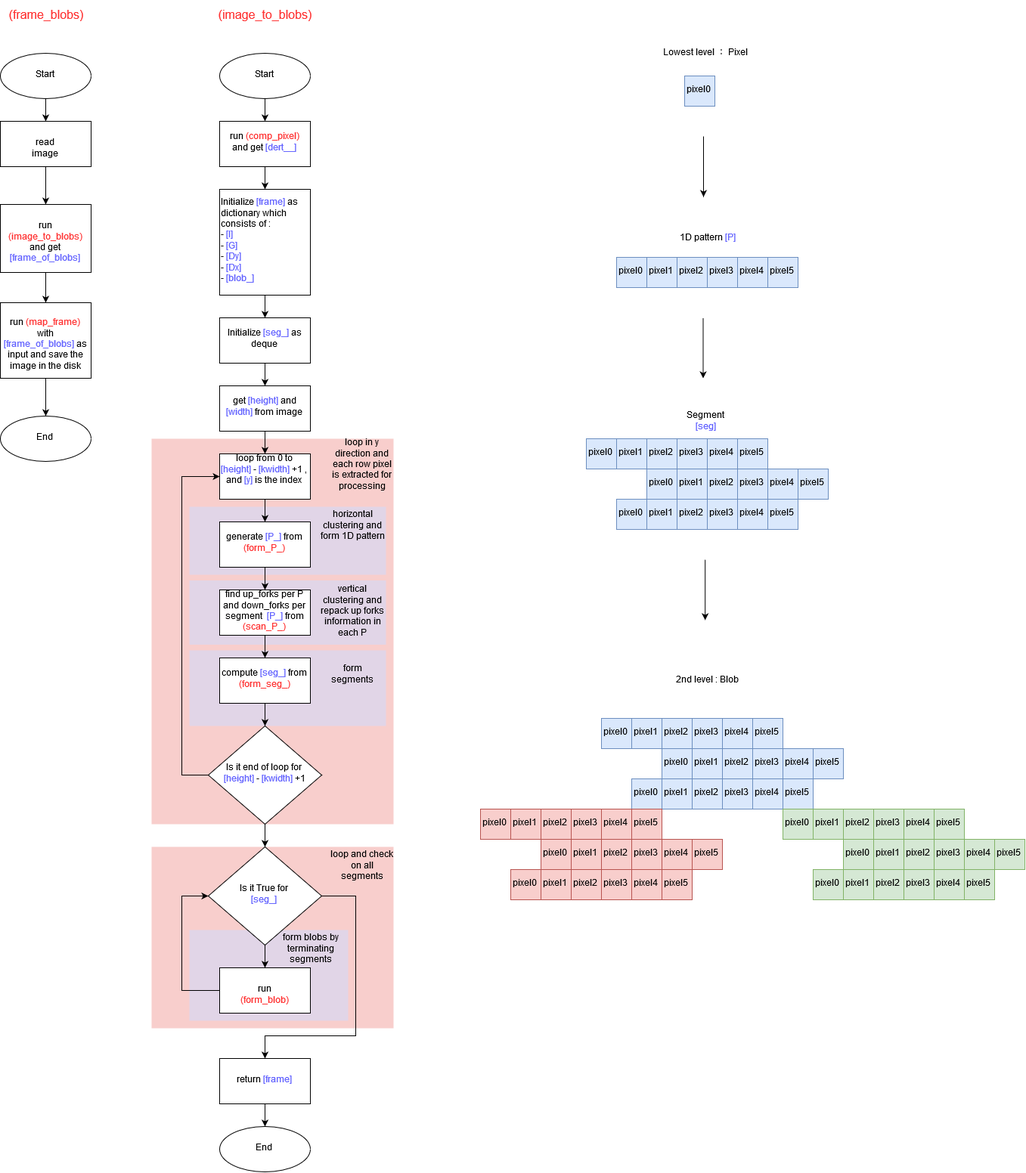
boris-kz/CogAlg keeps this draw.io diagram as frame_2D_alg/frame_blob_basic.png. Above is the earlier version. Source tidied: cells renumbered, new cells last; positions are measured from the earlier drawing's top-left corner, leaving out a move shared by most shapes.
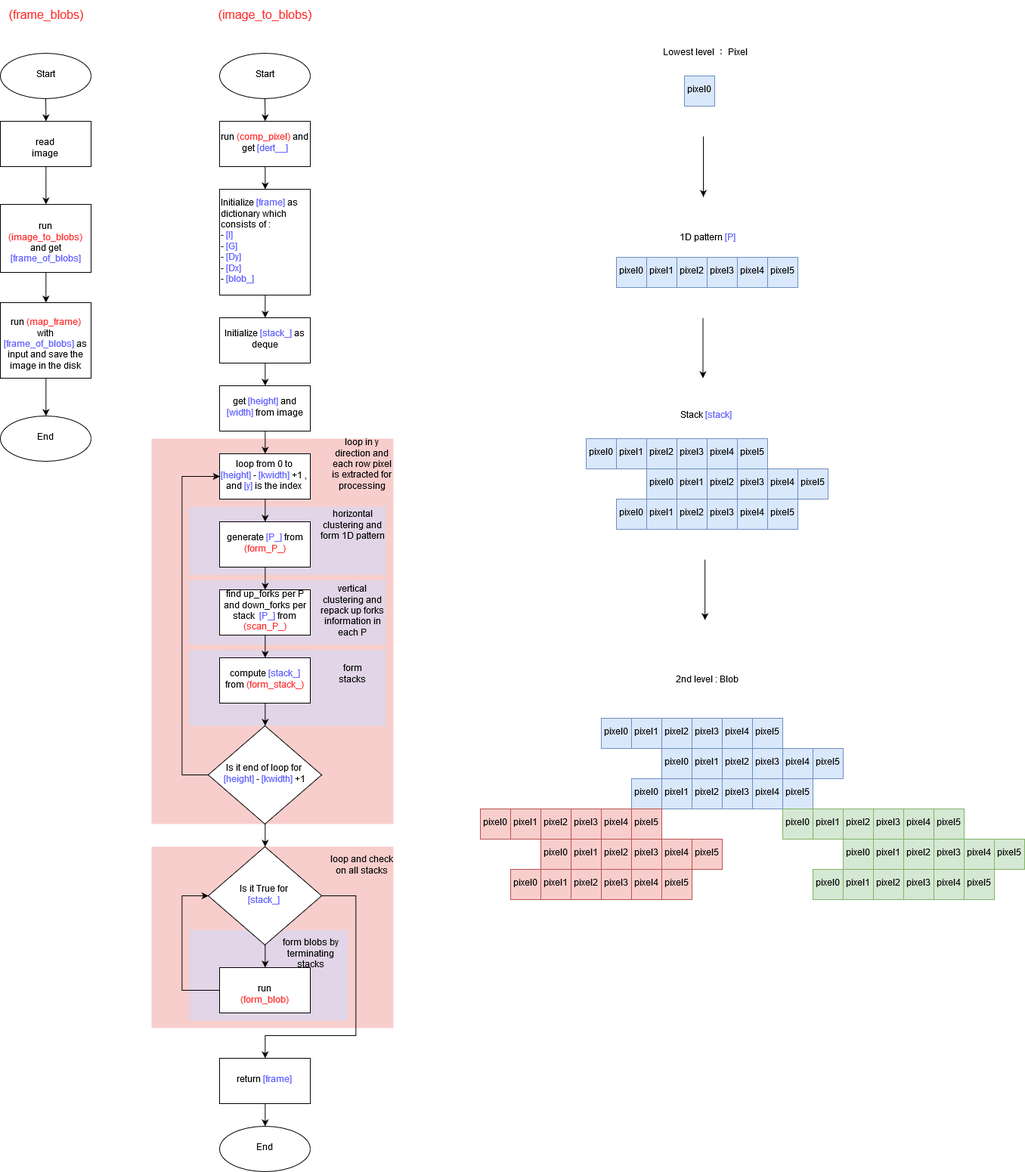
Later version of the same file.

Change to the diagram source:
```diff
@@ -74,7 +74,7 @@
     <mxCell id="25" style="edgeStyle=orthogonalEdgeStyle;rounded=0;jettySize=auto;html=1;entryX=0.5;entryY=0;entryDx=0;entryDy=0;" parent="1" edge="1" source="26" target="28">
       <mxGeometry relative="1" as="geometry" />
     </mxCell>
-    <mxCell id="26" value="Initialize &lt;font color=&quot;#6666FF&quot;&gt;[seg_]&lt;/font&gt; as deque" style="rounded=0;whiteSpace=wrap;html=1;" parent="1" vertex="1">
+    <mxCell id="26" value="Initialize &lt;font color=&quot;#6666FF&quot;&gt;[stack_]&lt;/font&gt; as deque" style="rounded=0;whiteSpace=wrap;html=1;" parent="1" vertex="1">
       <mxGeometry x="290" y="420" width="120" height="60" as="geometry" />
     </mxCell>
     <mxCell id="27" style="edgeStyle=orthogonalEdgeStyle;rounded=0;jettySize=auto;html=1;entryX=0.5;entryY=0;entryDx=0;entryDy=0;" parent="1" edge="1" source="28" target="30">
@@ -98,13 +98,13 @@
     <mxCell id="33" style="edgeStyle=orthogonalEdgeStyle;rounded=0;jettySize=auto;html=1;entryX=0.5;entryY=0;entryDx=0;entryDy=0;" parent="1" edge="1" source="34" target="36">
       <mxGeometry relative="1" as="geometry" />
     </mxCell>
-    <mxCell id="34" value="find up_forks per P and down_forks per segment&amp;nbsp; &lt;font color=&quot;#6666FF&quot;&gt;[P_]&lt;/font&gt; from &lt;font color=&quot;#FF3333&quot;&gt;(scan_P_)&lt;/font&gt;" style="rounded=0;whiteSpace=wrap;html=1;" parent="1" vertex="1">
+    <mxCell id="34" value="find up_forks per P and down_forks per stack&amp;nbsp; &lt;font color=&quot;#6666FF&quot;&gt;[P_]&lt;/font&gt; from &lt;font color=&quot;#FF3333&quot;&gt;(scan_P_)&lt;/font&gt;" style="rounded=0;whiteSpace=wrap;html=1;" parent="1" vertex="1">
       <mxGeometry x="290" y="780" width="120" height="60" as="geometry" />
     </mxCell>
     <mxCell id="35" style="edgeStyle=orthogonalEdgeStyle;rounded=0;jettySize=auto;html=1;entryX=0.5;entryY=0;entryDx=0;entryDy=0;" parent="1" edge="1" source="36" target="39">
       <mxGeometry relative="1" as="geometry" />
     </mxCell>
-    <mxCell id="36" value="compute &lt;font color=&quot;#6666FF&quot;&gt;[seg_]&lt;/font&gt; from &lt;font color=&quot;#FF3333&quot;&gt;(form_seg_)&lt;/font&gt;" style="rounded=0;whiteSpace=wrap;html=1;" parent="1" vertex="1">
+    <mxCell id="36" value="compute &lt;font color=&quot;#6666FF&quot;&gt;[stack_]&lt;/font&gt; from &lt;font color=&quot;#FF3333&quot;&gt;(form_stack_)&lt;/font&gt;" style="rounded=0;whiteSpace=wrap;html=1;" parent="1" vertex="1">
       <mxGeometry x="290" y="870" width="120" height="60" as="geometry" />
     </mxCell>
     <mxCell id="37" style="edgeStyle=orthogonalEdgeStyle;rounded=0;jettySize=auto;html=1;entryX=0;entryY=0.5;entryDx=0;entryDy=0;" parent="1" edge="1" source="39" target="30">
@@ -144,7 +144,7 @@
         </Array>
       </mxGeometry>
     </mxCell>
-    <mxCell id="44" value="&lt;div&gt;Is it True for &lt;br&gt;&lt;/div&gt;&lt;div&gt;&lt;font color=&quot;#6666FF&quot;&gt;[seg_]&lt;/font&gt; &lt;br&gt;&lt;/div&gt;" style="rhombus;whiteSpace=wrap;html=1;" parent="1" vertex="1">
+    <mxCell id="44" value="&lt;div&gt;Is it True for &lt;br&gt;&lt;/div&gt;&lt;div&gt;&lt;font color=&quot;#6666FF&quot;&gt;[stack_]&lt;/font&gt; &lt;br&gt;&lt;/div&gt;" style="rhombus;whiteSpace=wrap;html=1;" parent="1" vertex="1">
       <mxGeometry x="275" y="1120" width="150" height="130" as="geometry" />
     </mxCell>
     <mxCell id="45" style="edgeStyle=orthogonalEdgeStyle;rounded=0;jettySize=auto;html=1;entryX=0.5;entryY=0;entryDx=0;entryDy=0;" parent="1" edge="1" source="46" target="47">
@@ -165,13 +165,13 @@
     <mxCell id="50" value="vertical clustering and repack up forks information in each P" style="text;html=1;strokeColor=none;fillColor=none;align=center;verticalAlign=middle;whiteSpace=wrap;rounded=0;" parent="1" vertex="1">
       <mxGeometry x="420" y="767.5" width="90" height="82.5" as="geometry" />
     </mxCell>
-    <mxCell id="51" value="form segments" style="text;html=1;strokeColor=none;fillColor=none;align=center;verticalAlign=middle;whiteSpace=wrap;rounded=0;" parent="1" vertex="1">
+    <mxCell id="51" value="form stacks" style="text;html=1;strokeColor=none;fillColor=none;align=center;verticalAlign=middle;whiteSpace=wrap;rounded=0;" parent="1" vertex="1">
       <mxGeometry x="420" y="860" width="90" height="50" as="geometry" />
     </mxCell>
-    <mxCell id="52" value="form blobs by terminating segments" style="text;html=1;strokeColor=none;fillColor=none;align=center;verticalAlign=middle;whiteSpace=wrap;rounded=0;" parent="1" vertex="1">
+    <mxCell id="52" value="form blobs by terminating stacks" style="text;html=1;strokeColor=none;fillColor=none;align=center;verticalAlign=middle;whiteSpace=wrap;rounded=0;" parent="1" vertex="1">
       <mxGeometry x="360" y="1230" width="100" height="50" as="geometry" />
     </mxCell>
-    <mxCell id="53" value="loop and check on all segments" style="text;html=1;strokeColor=none;fillColor=none;align=center;verticalAlign=middle;whiteSpace=wrap;rounded=0;" parent="1" vertex="1">
+    <mxCell id="53" value="loop and check on all stacks" style="text;html=1;strokeColor=none;fillColor=none;align=center;verticalAlign=middle;whiteSpace=wrap;rounded=0;" parent="1" vertex="1">
       <mxGeometry x="435" y="1120" width="85" height="50" as="geometry" />
     </mxCell>
     <mxCell id="54" value="pixel0" style="rounded=0;whiteSpace=wrap;html=1;fillColor=#dae8fc;strokeColor=#6c8ebf;" parent="1" vertex="1">
@@ -225,7 +225,7 @@
     <mxCell id="69" value="pixel5" style="rounded=0;whiteSpace=wrap;html=1;fillColor=#dae8fc;strokeColor=#6c8ebf;" parent="1" vertex="1">
       <mxGeometry x="975" y="580" width="40" height="40" as="geometry" />
     </mxCell>
-    <mxCell id="70" value="Segment &lt;font color=&quot;#6666FF&quot;&gt;[seg]&lt;/font&gt;" style="text;html=1;strokeColor=none;fillColor=none;align=center;verticalAlign=middle;whiteSpace=wrap;rounded=0;" parent="1" vertex="1">
+    <mxCell id="70" value="Stack &lt;font color=&quot;#6666FF&quot;&gt;[stack]&lt;/font&gt;" style="text;html=1;strokeColor=none;fillColor=none;align=center;verticalAlign=middle;whiteSpace=wrap;rounded=0;" parent="1" vertex="1">
       <mxGeometry x="887.5" y="540" width="90" height="20" as="geometry" />
     </mxCell>
     <mxCell id="71" value="pixel0" style="rounded=0;whiteSpace=wrap;html=1;fillColor=#dae8fc;strokeColor=#6c8ebf;" parent="1" vertex="1">
```
